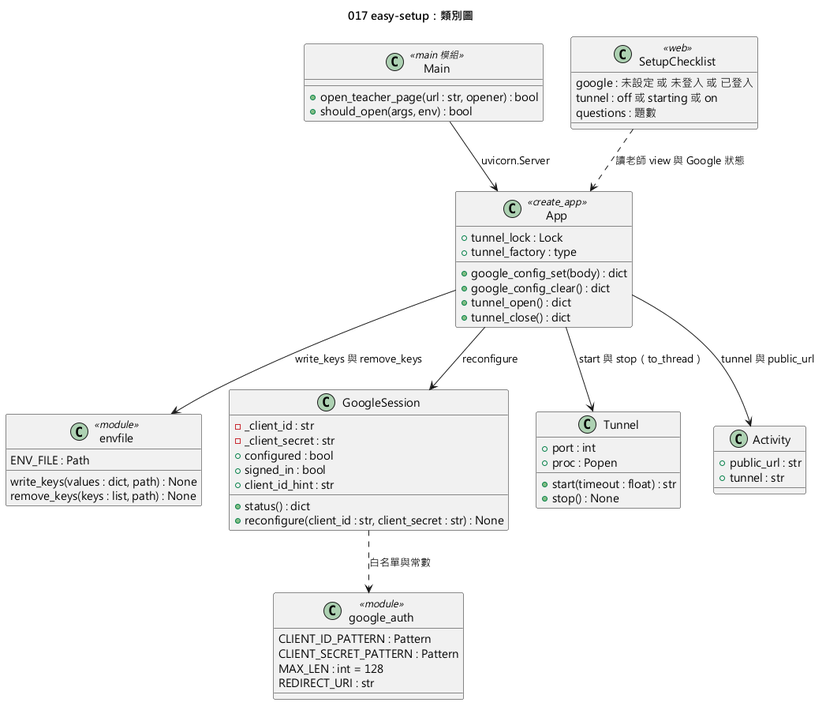
The PlantUML diagram diagrams/017-easy-setup-class.png in yue083139/software_fin-speckit, before a commit. The source it was exported from:
```plantuml
@startuml 017-easy-setup-class
skinparamlocked defaultFontName Microsoft JhengHei
title 017 easy-setup：類別圖

class envfile <<module>> {
  ENV_FILE : Path
  write_keys(values : dict, path) : None
  remove_keys(keys : list, path) : None
}

class GoogleSession {
  - _client_id : str
  - _client_secret : str
  + configured : bool
  + signed_in : bool
  + client_id_hint : str
  + status() : dict
  + reconfigure(client_id : str, client_secret : str) : None
}

class google_auth <<module>> {
  CLIENT_ID_PATTERN : Pattern
  CLIENT_SECRET_PATTERN : Pattern
  MAX_LEN : int = 128
  REDIRECT_URI : str
}

class Tunnel {
  + port : int
  + proc : Popen
  + start(timeout : float) : str
  + stop() : None
}

class Activity {
  + public_url : str
  + tunnel : str
}

class App <<create_app>> {
  + tunnel_lock : Lock
  + tunnel_factory : type
  + google_config_set(body) : dict
  + google_config_clear() : dict
  + tunnel_open() : dict
  + tunnel_close() : dict
}

class Main <<main 模組>> {
  + open_teacher_page(url : str, opener) : bool
  + should_open(args, env) : bool
}

class SetupChecklist <<web>> {
  google : 未設定 或 未登入 或 已登入
  tunnel : off 或 starting 或 on
  questions : 題數
}

App --> GoogleSession : reconfigure
App --> envfile : write_keys 與 remove_keys
App --> Tunnel : start 與 stop（to_thread）
App --> Activity : tunnel 與 public_url
GoogleSession ..> google_auth : 白名單與常數
Main --> App : uvicorn.Server
SetupChecklist ..> App : 讀老師 view 與 Google 狀態
@enduml
```
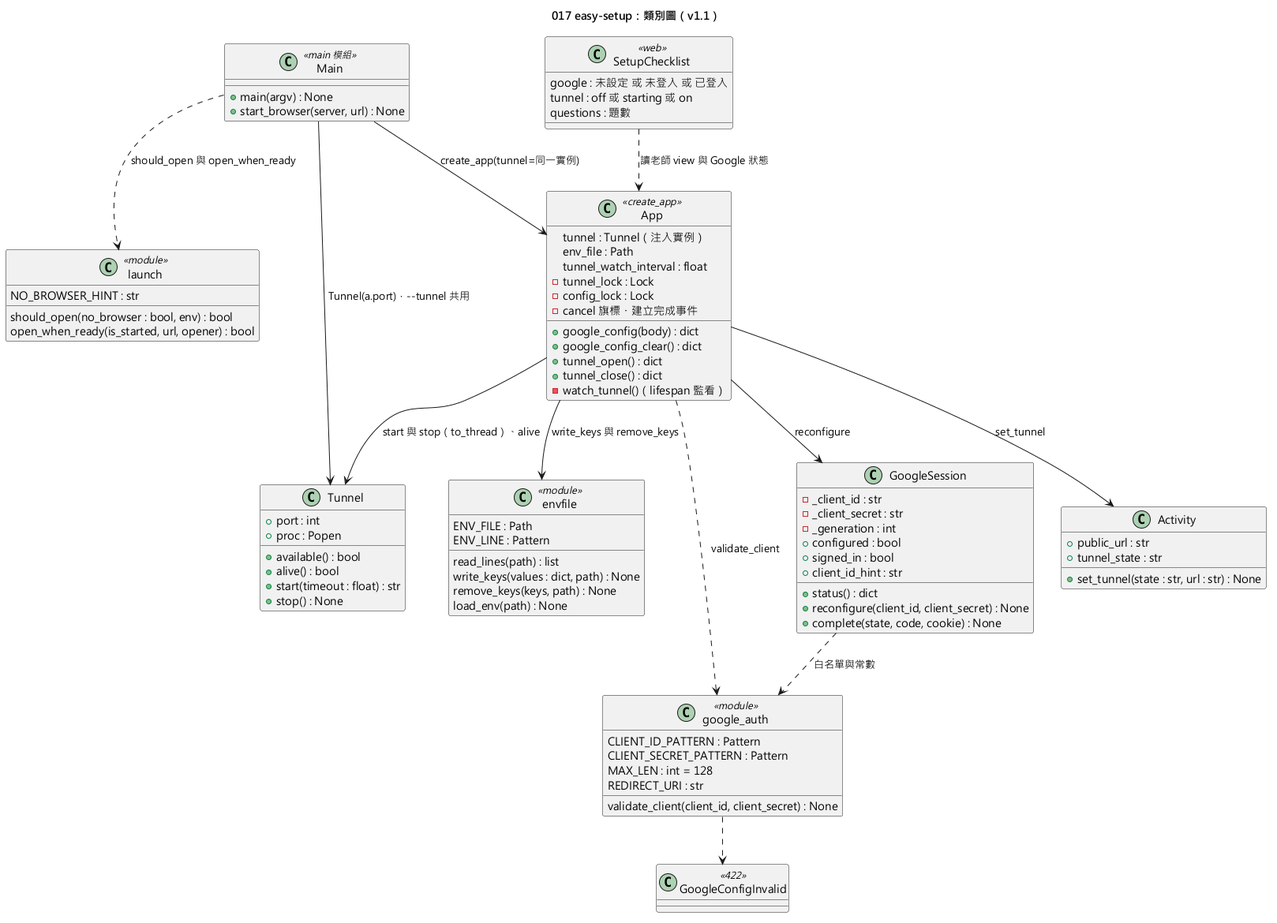
After the change.

Change to the diagram source:
```diff
@@ -1,21 +1,20 @@
 @startuml 017-easy-setup-class
 skinparamlocked defaultFontName Microsoft JhengHei
-title 017 easy-setup：類別圖
+title 017 easy-setup：類別圖（v1.1）
 
 class envfile <<module>> {
   ENV_FILE : Path
+  ENV_LINE : Pattern
+  read_lines(path) : list
   write_keys(values : dict, path) : None
-  remove_keys(keys : list, path) : None
+  remove_keys(keys, path) : None
+  load_env(path) : None
 }
 
-class GoogleSession {
-  - _client_id : str
-  - _client_secret : str
-  + configured : bool
-  + signed_in : bool
-  + client_id_hint : str
-  + status() : dict
-  + reconfigure(client_id : str, client_secret : str) : None
+class launch <<module>> {
+  NO_BROWSER_HINT : str
+  should_open(no_browser : bool, env) : bool
+  open_when_ready(is_started, url, opener) : bool
 }
 
 class google_auth <<module>> {
@@ -23,32 +22,55 @@
   CLIENT_SECRET_PATTERN : Pattern
   MAX_LEN : int = 128
   REDIRECT_URI : str
+  validate_client(client_id, client_secret) : None
+}
+
+class GoogleConfigInvalid <<422>>
+
+class GoogleSession {
+  - _client_id : str
+  - _client_secret : str
+  - _generation : int
+  + configured : bool
+  + signed_in : bool
+  + client_id_hint : str
+  + status() : dict
+  + reconfigure(client_id, client_secret) : None
+  + complete(state, code, cookie) : None
 }
 
 class Tunnel {
   + port : int
   + proc : Popen
+  + available() : bool
+  + alive() : bool
   + start(timeout : float) : str
   + stop() : None
 }
 
 class Activity {
   + public_url : str
-  + tunnel : str
+  + tunnel_state : str
+  + set_tunnel(state : str, url : str) : None
 }
 
 class App <<create_app>> {
-  + tunnel_lock : Lock
-  + tunnel_factory : type
-  + google_config_set(body) : dict
+  tunnel : Tunnel（注入實例）
+  env_file : Path
+  tunnel_watch_interval : float
+  - tunnel_lock : Lock
+  - config_lock : Lock
+  - cancel 旗標・建立完成事件
+  + google_config(body) : dict
   + google_config_clear() : dict
   + tunnel_open() : dict
   + tunnel_close() : dict
+  - watch_tunnel()（lifespan 監看）
 }
 
 class Main <<main 模組>> {
-  + open_teacher_page(url : str, opener) : bool
-  + should_open(args, env) : bool
+  + main(argv) : None
+  + start_browser(server, url) : None
 }
 
 class SetupChecklist <<web>> {
@@ -57,11 +79,15 @@
   questions : 題數
 }
 
+Main --> Tunnel : Tunnel(a.port)，--tunnel 共用
+Main --> App : create_app(tunnel=同一實例)
+Main ..> launch : should_open 與 open_when_ready
 App --> GoogleSession : reconfigure
 App --> envfile : write_keys 與 remove_keys
-App --> Tunnel : start 與 stop（to_thread）
-App --> Activity : tunnel 與 public_url
+App --> Tunnel : start 與 stop（to_thread）、alive
+App --> Activity : set_tunnel
+App ..> google_auth : validate_client
+google_auth ..> GoogleConfigInvalid
 GoogleSession ..> google_auth : 白名單與常數
-Main --> App : uvicorn.Server
 SetupChecklist ..> App : 讀老師 view 與 Google 狀態
 @enduml
```
